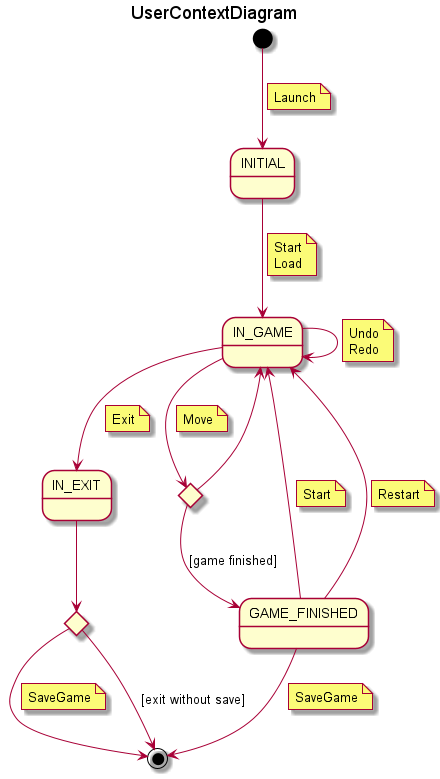
Above: docs/output/use-cases/context/UserContextDiagram.png in Master-Desarrollo-20-21/patrones-diseno---practica-final---juego-de-las-damas-fraylopez (PlantUML), before the change. Its diagram source:
```plantuml
@startuml UserContextDiagram
title UserContextDiagram
state INITIAL
state IN_GAME
state GAME_FINISHED
state IN_EXIT

state IF <<choice>>
state IF_EXIT <<choice>>

[*] --> INITIAL
note on link
    Launch
end note

INITIAL --> IN_GAME
    note on link
        Start
        Load
    end note
IN_GAME --> IN_GAME
note on link
    Undo
    Redo
end note
GAME_FINISHED --> IN_GAME
    note on link
        Start
    end note

GAME_FINISHED --> IN_GAME
    note on link
        Restart
    end note
IN_GAME --> IF
    note on link
        Move
    end note

IF --> IN_GAME
IF --> GAME_FINISHED: [game finished]

IN_GAME --> IN_EXIT
    note on link
        Exit
    end note

IN_EXIT --> IF_EXIT

IF_EXIT --> [*]
    note on link
        SaveGame
    end note

IF_EXIT --> [*] : [exit without save]

GAME_FINISHED --> [*]
    note on link
        SaveGame
    end note
@enduml
```
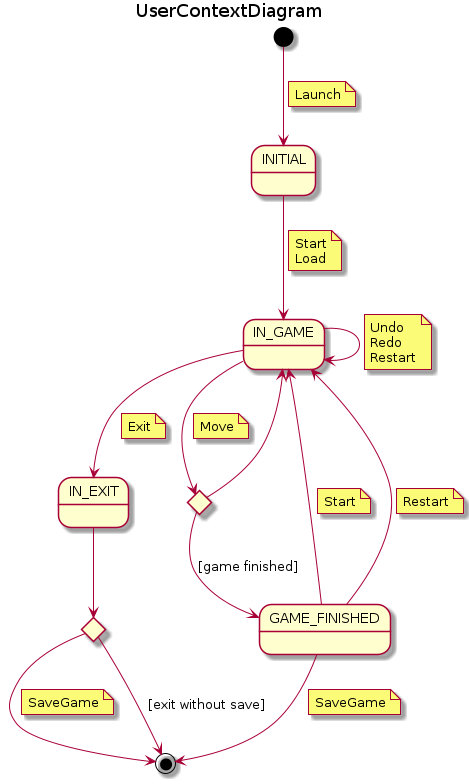
The same diagram one commit later.

The edit, as a diff of the source:
```diff
@@ -22,6 +22,7 @@
 note on link
     Undo
     Redo
+    Restart
 end note
 GAME_FINISHED --> IN_GAME
     note on link
```
